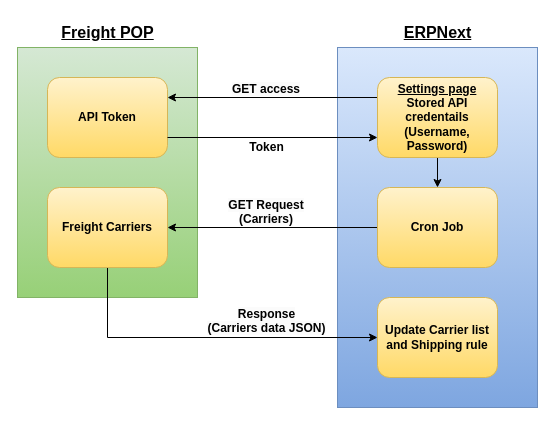
Before: get_shipping_carrier.drawio in GVicky98/Freight-POP-API-Flow-Diagram, a draw.io diagram. Source tidied: cells renumbered, new cells numbered last; positions are measured from the earlier drawing's top-left corner, leaving out a move shared by most shapes. Both pictures are drawn from the tidied source at 100%, with x=0, y=0 at pixel (17, 17).
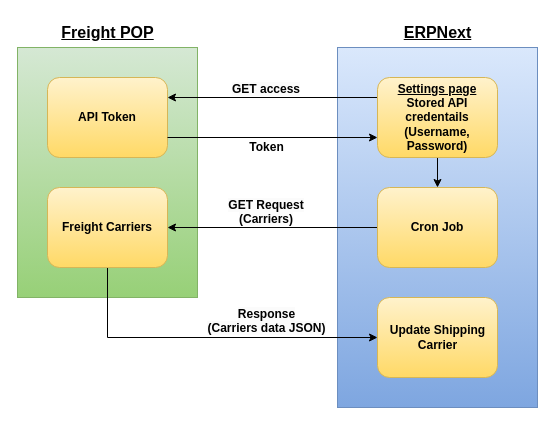
The same page after the edit.

What changed in the source:
```diff
@@
-    <mxCell id="20" value="Update Carrier list and Shipping rule" style="text;html=1;align=center;verticalAlign=middle;whiteSpace=wrap;rounded=0;fillColor=none;strokeColor=none;shadow=0;fontStyle=1;" parent="1" vertex="1">
-      <mxGeometry x="365" y="305" width="110" height="30" as="geometry" />
+    <mxCell id="20" value="Update Shipping Carrier" style="text;html=1;align=center;verticalAlign=middle;whiteSpace=wrap;rounded=0;fillColor=none;strokeColor=none;shadow=0;fontStyle=1;" parent="1" vertex="1">
+      <mxGeometry x="367.5" y="305" width="105" height="30" as="geometry" />
     </mxCell>
```
